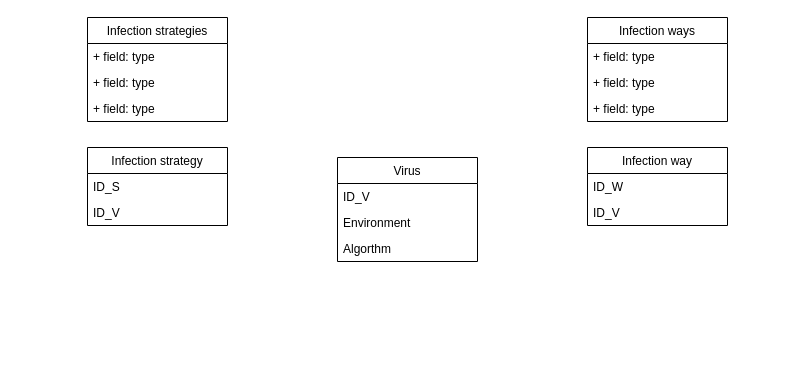
Before: VirusAttack.drawio in IcyAltair/Virus-attack-DB, a draw.io diagram. Source tidied: cells renumbered, new cells numbered last; positions are measured from the earlier drawing's top-left corner, leaving out a move shared by most shapes. Both pictures are drawn from the tidied source at 100%, with x=0, y=0 at pixel (87, 17).
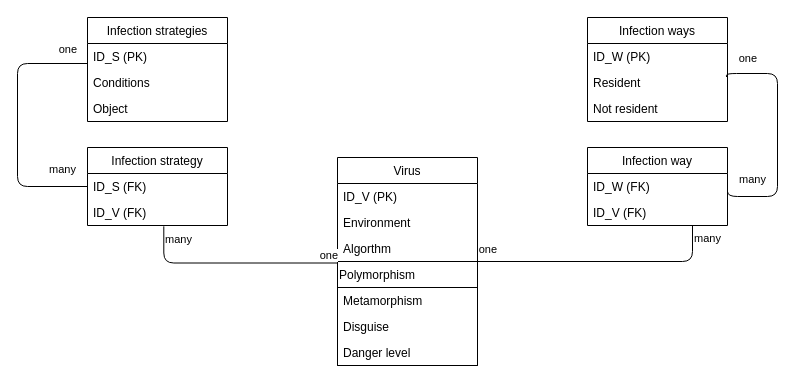
The same page after the edit.

Unchanged cells that the change refers to:
```xml
<mxCell id="5" value="Algorthm" style="text;strokeColor=none;fillColor=none;align=left;verticalAlign=top;spacingLeft=4;spacingRight=4;overflow=hidden;points=[[0,0.5],[1,0.5]];portConstraint=eastwest;" parent="2" vertex="1">
  <mxGeometry y="78" width="140" height="26" as="geometry" />
</mxCell>
<mxCell id="6" value="Infection strategies" style="swimlane;fontStyle=0;horizontal=1;startSize=26;fillColor=none;" parent="1" vertex="1">
  <mxGeometry width="140" height="104" as="geometry" />
</mxCell>
<mxCell id="10" value="Infection strategy" style="swimlane;fontStyle=0;horizontal=1;startSize=26;fillColor=none;" parent="1" vertex="1">
  <mxGeometry y="130" width="140" height="78" as="geometry" />
</mxCell>
<mxCell id="13" value="Infection ways" style="swimlane;fontStyle=0;horizontal=1;startSize=26;fillColor=none;" parent="1" vertex="1">
  <mxGeometry x="500" width="140" height="104" as="geometry" />
</mxCell>
<mxCell id="17" value="Infection way" style="swimlane;fontStyle=0;horizontal=1;startSize=26;fillColor=none;" parent="1" vertex="1">
  <mxGeometry x="500" y="130" width="140" height="78" as="geometry" />
</mxCell>
```

Diff of the diagram source:
```diff
@@
     <mxCell id="2" value="Virus" style="swimlane;fontStyle=0;horizontal=1;startSize=26;fillColor=none;" parent="1" vertex="1">
-      <mxGeometry x="250" y="140" width="140" height="104" as="geometry" />
+      <mxGeometry x="250" y="140" width="140" height="208" as="geometry" />
     </mxCell>
-    <mxCell id="3" value="ID_V" style="text;strokeColor=none;fillColor=none;align=left;verticalAlign=top;spacingLeft=4;spacingRight=4;overflow=hidden;" parent="2" vertex="1">
+    <mxCell id="3" value="ID_V (PK)" style="text;strokeColor=none;fillColor=none;align=left;verticalAlign=top;spacingLeft=4;spacingRight=4;overflow=hidden;" parent="2" vertex="1">
       <mxGeometry y="26" width="140" height="26" as="geometry" />
     </mxCell>
@@
+    <mxCell id="20" value="Polymorphism" style="swimlane;fontStyle=0;horizontal=1;startSize=26;fillColor=none;align=left;verticalAlign=top;spacingRight=4;" parent="2" vertex="1">
+      <mxGeometry y="104" width="140" height="104" as="geometry" />
+    </mxCell>
+    <mxCell id="21" value="Metamorphism" style="text;strokeColor=none;fillColor=none;align=left;verticalAlign=top;spacingLeft=4;spacingRight=4;overflow=hidden;" parent="20" vertex="1">
+      <mxGeometry y="26" width="140" height="26" as="geometry" />
+    </mxCell>
+    <mxCell id="22" value="Disguise" style="text;strokeColor=none;fillColor=none;align=left;verticalAlign=top;spacingLeft=4;spacingRight=4;overflow=hidden;" parent="20" vertex="1">
+      <mxGeometry y="52" width="140" height="26" as="geometry" />
+    </mxCell>
+    <mxCell id="23" value="Danger level" style="text;strokeColor=none;fillColor=none;align=left;verticalAlign=top;spacingLeft=4;spacingRight=4;overflow=hidden;" parent="20" vertex="1">
+      <mxGeometry y="78" width="140" height="26" as="geometry" />
+    </mxCell>
@@
-    <mxCell id="7" value="+ field: type" style="text;strokeColor=none;fillColor=none;align=left;verticalAlign=top;spacingLeft=4;spacingRight=4;overflow=hidden;points=[[0,0.5],[1,0.5]];portConstraint=eastwest;" parent="6" vertex="1">
+    <mxCell id="7" value="ID_S (PK)" style="text;strokeColor=none;fillColor=none;align=left;verticalAlign=top;spacingLeft=4;spacingRight=4;overflow=hidden;points=[[0,0.5],[1,0.5]];portConstraint=eastwest;" parent="6" vertex="1">
       <mxGeometry y="26" width="140" height="26" as="geometry" />
     </mxCell>
-    <mxCell id="8" value="+ field: type" style="text;strokeColor=none;fillColor=none;align=left;verticalAlign=top;spacingLeft=4;spacingRight=4;overflow=hidden;" parent="6" vertex="1">
+    <mxCell id="8" value="Conditions" style="text;strokeColor=none;fillColor=none;align=left;verticalAlign=top;spacingLeft=4;spacingRight=4;overflow=hidden;" parent="6" vertex="1">
       <mxGeometry y="52" width="140" height="26" as="geometry" />
     </mxCell>
-    <mxCell id="9" value="+ field: type" style="text;strokeColor=none;fillColor=none;align=left;verticalAlign=top;spacingLeft=4;spacingRight=4;overflow=hidden;" parent="6" vertex="1">
+    <mxCell id="9" value="Object" style="text;strokeColor=none;fillColor=none;align=left;verticalAlign=top;spacingLeft=4;spacingRight=4;overflow=hidden;" parent="6" vertex="1">
       <mxGeometry y="78" width="140" height="26" as="geometry" />
     </mxCell>
@@
-    <mxCell id="11" value="ID_S" style="text;strokeColor=none;fillColor=none;align=left;verticalAlign=top;spacingLeft=4;spacingRight=4;overflow=hidden;points=[[0,0.5],[1,0.5]];portConstraint=eastwest;" parent="10" vertex="1">
+    <mxCell id="11" value="ID_S (FK)" style="text;strokeColor=none;fillColor=none;align=left;verticalAlign=top;spacingLeft=4;spacingRight=4;overflow=hidden;points=[[0,0.5],[1,0.5]];portConstraint=eastwest;" parent="10" vertex="1">
       <mxGeometry y="26" width="140" height="26" as="geometry" />
     </mxCell>
-    <mxCell id="12" value="ID_V" style="text;strokeColor=none;fillColor=none;align=left;verticalAlign=top;spacingLeft=4;spacingRight=4;overflow=hidden;points=[[0,0.5],[1,0.5]];portConstraint=eastwest;" parent="10" vertex="1">
+    <mxCell id="12" value="ID_V (FK)" style="text;strokeColor=none;fillColor=none;align=left;verticalAlign=top;spacingLeft=4;spacingRight=4;overflow=hidden;points=[[0,0.5],[1,0.5]];portConstraint=eastwest;" parent="10" vertex="1">
       <mxGeometry y="52" width="140" height="26" as="geometry" />
     </mxCell>
@@
-    <mxCell id="14" value="+ field: type" style="text;strokeColor=none;fillColor=none;align=left;verticalAlign=top;spacingLeft=4;spacingRight=4;overflow=hidden;" parent="13" vertex="1">
+    <mxCell id="14" value="ID_W (PK)" style="text;strokeColor=none;fillColor=none;align=left;verticalAlign=top;spacingLeft=4;spacingRight=4;overflow=hidden;" parent="13" vertex="1">
       <mxGeometry y="26" width="140" height="26" as="geometry" />
     </mxCell>
-    <mxCell id="15" value="+ field: type" style="text;strokeColor=none;fillColor=none;align=left;verticalAlign=top;spacingLeft=4;spacingRight=4;overflow=hidden;points=[[0,0.5],[1,0.5]];portConstraint=eastwest;" parent="13" vertex="1">
+    <mxCell id="15" value="Resident" style="text;strokeColor=none;fillColor=none;align=left;verticalAlign=top;spacingLeft=4;spacingRight=4;overflow=hidden;points=[[0,0.5],[1,0.5]];portConstraint=eastwest;" parent="13" vertex="1">
       <mxGeometry y="52" width="140" height="26" as="geometry" />
     </mxCell>
-    <mxCell id="16" value="+ field: type" style="text;strokeColor=none;fillColor=none;align=left;verticalAlign=top;spacingLeft=4;spacingRight=4;overflow=hidden;" parent="13" vertex="1">
+    <mxCell id="16" value="Not resident" style="text;strokeColor=none;fillColor=none;align=left;verticalAlign=top;spacingLeft=4;spacingRight=4;overflow=hidden;" parent="13" vertex="1">
       <mxGeometry y="78" width="140" height="26" as="geometry" />
     </mxCell>
@@
-    <mxCell id="18" value="ID_W" style="text;strokeColor=none;fillColor=none;align=left;verticalAlign=top;spacingLeft=4;spacingRight=4;overflow=hidden;points=[[0,0.5],[1,0.5]];portConstraint=eastwest;" parent="17" vertex="1">
+    <mxCell id="18" value="ID_W (FK)" style="text;strokeColor=none;fillColor=none;align=left;verticalAlign=top;spacingLeft=4;spacingRight=4;overflow=hidden;points=[[0,0.5],[1,0.5]];portConstraint=eastwest;" parent="17" vertex="1">
       <mxGeometry y="26" width="140" height="26" as="geometry" />
     </mxCell>
-    <mxCell id="19" value="ID_V" style="text;strokeColor=none;fillColor=none;align=left;verticalAlign=top;spacingLeft=4;spacingRight=4;overflow=hidden;" parent="17" vertex="1">
+    <mxCell id="19" value="ID_V (FK)" style="text;strokeColor=none;fillColor=none;align=left;verticalAlign=top;spacingLeft=4;spacingRight=4;overflow=hidden;" parent="17" vertex="1">
       <mxGeometry y="52" width="140" height="26" as="geometry" />
     </mxCell>
+    <mxCell id="24" style="endArrow=none;html=1;edgeStyle=orthogonalEdgeStyle;strokeColor=#000000;exitX=0.545;exitY=1.032;exitDx=0;exitDy=0;exitPerimeter=0;entryX=0.002;entryY=1.058;entryDx=0;entryDy=0;entryPerimeter=0;" parent="1" edge="1" source="12" target="5">
+      <mxGeometry relative="1" as="geometry" />
+    </mxCell>
+    <mxCell id="25" value="many" style="edgeLabel;html=1;align=left;verticalAlign=bottom;" parent="24" vertex="1">
+      <mxGeometry x="-1" relative="1" as="geometry">
+        <mxPoint y="21.2" as="offset" />
+      </mxGeometry>
+    </mxCell>
+    <mxCell id="26" value="one" style="edgeLabel;html=1;align=right;verticalAlign=bottom;" parent="24" vertex="1">
+      <mxGeometry x="1" relative="1" as="geometry" />
+    </mxCell>
+    <mxCell id="27" style="endArrow=none;html=1;edgeStyle=orthogonalEdgeStyle;strokeColor=#000000;exitX=0.75;exitY=1;exitDx=0;exitDy=0;entryX=1;entryY=0;entryDx=0;entryDy=0;" parent="1" edge="1" source="17" target="20">
+      <mxGeometry relative="1" as="geometry">
+        <Array as="points">
+          <mxPoint x="605" y="244" />
+        </Array>
+      </mxGeometry>
+    </mxCell>
+    <mxCell id="28" value="many" style="edgeLabel;html=1;align=left;verticalAlign=bottom;" parent="27" vertex="1">
+      <mxGeometry x="-1" relative="1" as="geometry">
+        <mxPoint y="21.2" as="offset" />
+      </mxGeometry>
+    </mxCell>
+    <mxCell id="29" value="one" style="edgeLabel;html=1;align=right;verticalAlign=bottom;" parent="27" vertex="1">
+      <mxGeometry x="1" relative="1" as="geometry">
+        <mxPoint x="19.8" y="-4" as="offset" />
+      </mxGeometry>
+    </mxCell>
+    <mxCell id="30" style="endArrow=none;html=1;edgeStyle=orthogonalEdgeStyle;strokeColor=#000000;exitX=0;exitY=0.5;exitDx=0;exitDy=0;" parent="1" edge="1" source="11" target="7">
+      <mxGeometry relative="1" as="geometry">
+        <Array as="points">
+          <mxPoint x="-70" y="169" />
+          <mxPoint x="-70" y="46" />
+        </Array>
+      </mxGeometry>
+    </mxCell>
+    <mxCell id="31" value="many" style="edgeLabel;html=1;align=left;verticalAlign=bottom;" parent="30" vertex="1">
+      <mxGeometry x="-1" relative="1" as="geometry">
+        <mxPoint x="-40" y="-9" as="offset" />
+      </mxGeometry>
+    </mxCell>
+    <mxCell id="32" value="one" style="edgeLabel;html=1;align=right;verticalAlign=bottom;" parent="30" vertex="1">
+      <mxGeometry x="1" relative="1" as="geometry">
+        <mxPoint x="-10.3" y="-6" as="offset" />
+      </mxGeometry>
+    </mxCell>
+    <mxCell id="33" style="endArrow=none;html=1;edgeStyle=orthogonalEdgeStyle;strokeColor=#000000;exitX=1;exitY=0.5;exitDx=0;exitDy=0;entryX=0.993;entryY=0.288;entryDx=0;entryDy=0;entryPerimeter=0;" parent="1" edge="1" source="18" target="15">
+      <mxGeometry relative="1" as="geometry">
+        <Array as="points">
+          <mxPoint x="640" y="179" />
+          <mxPoint x="690" y="179" />
+          <mxPoint x="690" y="56" />
+          <mxPoint x="639" y="56" />
+        </Array>
+      </mxGeometry>
+    </mxCell>
+    <mxCell id="34" value="many" style="edgeLabel;html=1;align=left;verticalAlign=bottom;" parent="33" vertex="1">
+      <mxGeometry x="-1" relative="1" as="geometry">
+        <mxPoint x="10" y="1" as="offset" />
+      </mxGeometry>
+    </mxCell>
+    <mxCell id="35" value="one" style="edgeLabel;html=1;align=right;verticalAlign=bottom;" parent="33" vertex="1">
+      <mxGeometry x="1" relative="1" as="geometry">
+        <mxPoint x="31" y="-9.5" as="offset" />
+      </mxGeometry>
+    </mxCell>
```
